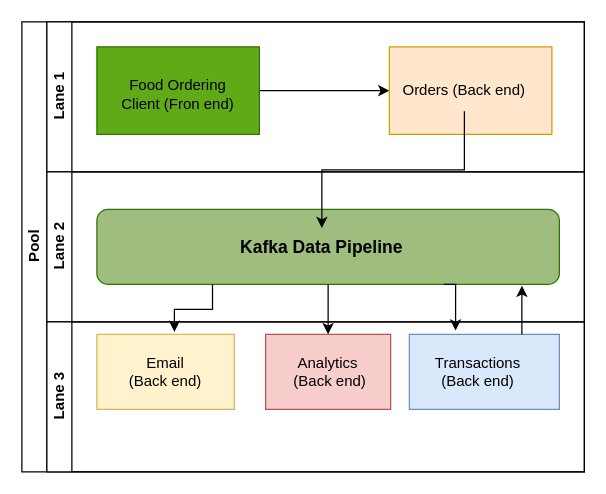
Earlier version of the draw.io diagram foodshop.drawio (ess77/kafka-foodshop). Source tidied: cells renumbered, new cells numbered last; positions are measured from the earlier drawing's top-left corner, leaving out a move shared by most shapes. Both pictures are drawn from the tidied source at 125%, with x=0, y=0 at pixel (21, 21).
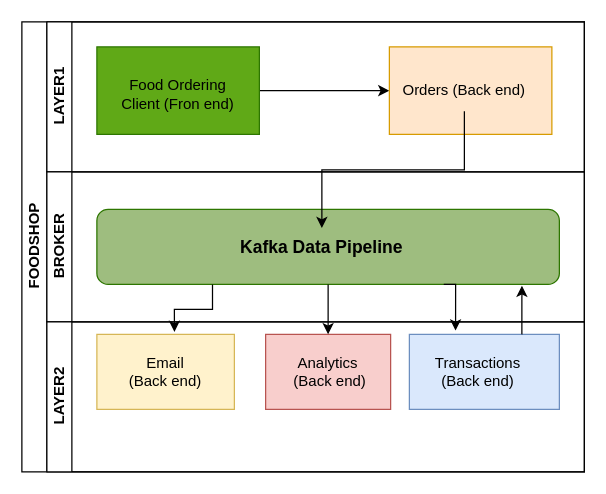
After the change.

Commit message (it also covers changes not shown here):
Mettre à jour foodshop.drawio

Diff of the diagram source:
```diff
@@
-    <mxCell id="2" value="Pool" style="swimlane;html=1;horizontal=0;startSize=20;" parent="1" vertex="1">
+    <mxCell id="2" value="FOODSHOP" style="swimlane;html=1;horizontal=0;startSize=20;" parent="1" vertex="1">
       <mxGeometry width="450" height="360" as="geometry" />
     </mxCell>
-    <mxCell id="3" value="Lane 1" style="swimlane;html=1;startSize=20;horizontal=0;" parent="2" vertex="1">
+    <mxCell id="3" value="LAYER1" style="swimlane;html=1;startSize=20;horizontal=0;" parent="2" vertex="1">
       <mxGeometry x="20" width="430" height="120" as="geometry" />
     </mxCell>
@@
-    <mxCell id="9" value="Lane 2" style="swimlane;html=1;startSize=20;horizontal=0;" parent="2" vertex="1">
+    <mxCell id="9" value="BROKER" style="swimlane;html=1;startSize=20;horizontal=0;" parent="2" vertex="1">
       <mxGeometry x="20" y="120" width="430" height="120" as="geometry" />
     </mxCell>
@@
-    <mxCell id="12" value="Lane 3" style="swimlane;html=1;startSize=20;horizontal=0;" parent="2" vertex="1">
+    <mxCell id="12" value="LAYER2" style="swimlane;html=1;startSize=20;horizontal=0;" parent="2" vertex="1">
       <mxGeometry x="20" y="240" width="430" height="120" as="geometry" />
     </mxCell>
```
